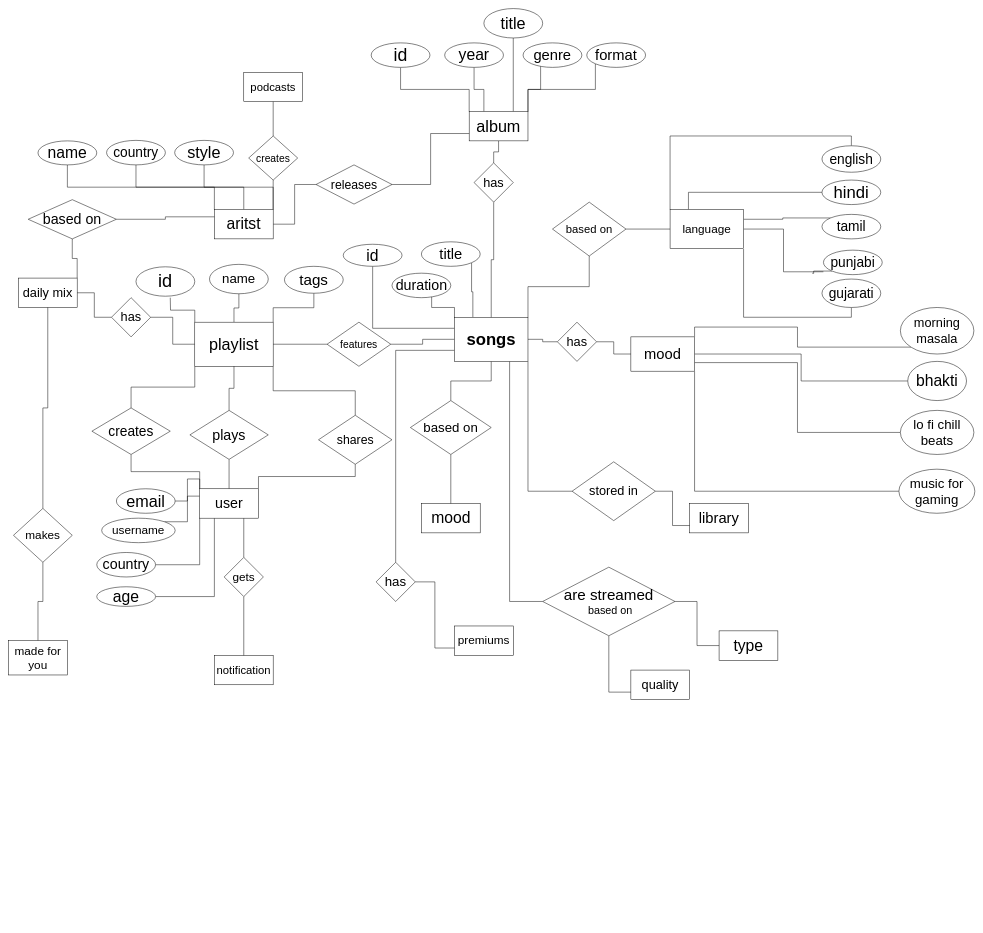
Above: er diagram.drawio in harshbajani/se (draw.io), before the change. Source tidied: cells renumbered, new cells numbered last; positions are measured from the earlier drawing's top-left corner, leaving out a move shared by most shapes. Both pictures are drawn from the tidied source at 49%, with x=0, y=0 at pixel (8, 8).
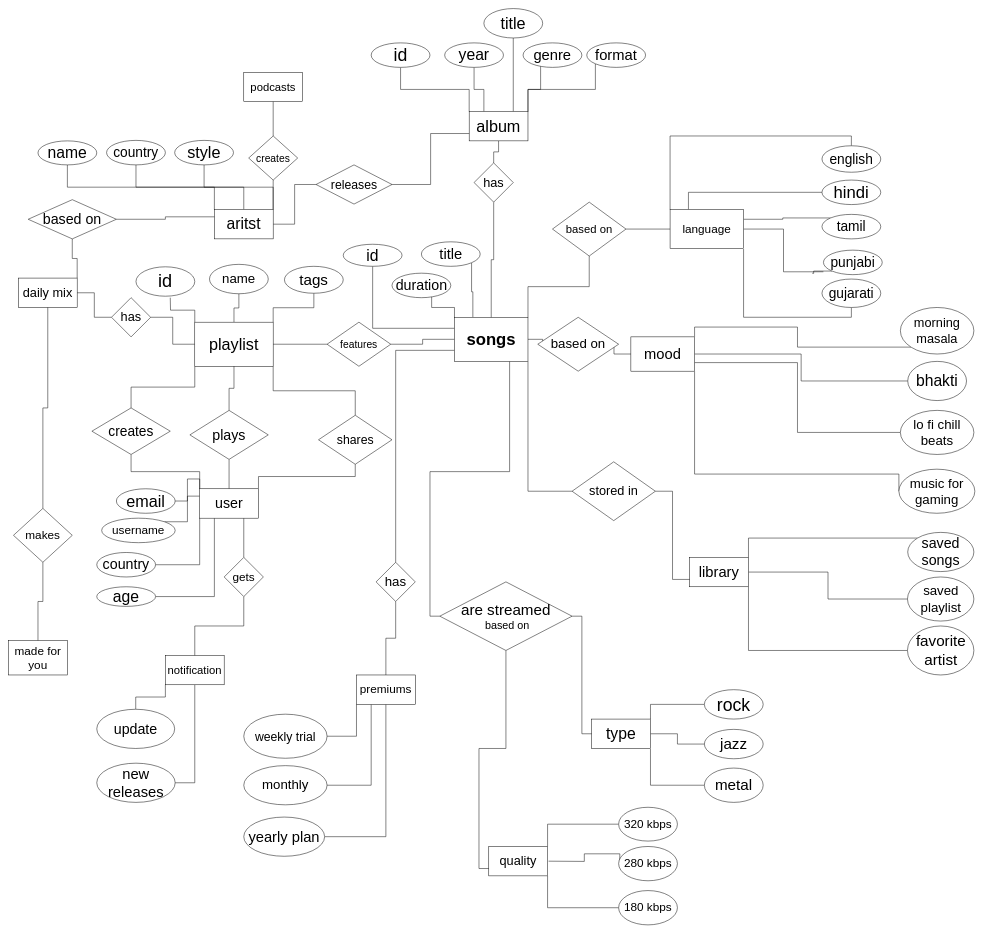
The same diagram, later.

The change refers to these unchanged cells:
```xml
<mxCell id="36" value="&lt;b&gt;&lt;font style=&quot;font-size: 34px&quot;&gt;songs&lt;/font&gt;&lt;/b&gt;" style="rounded=0;whiteSpace=wrap;html=1;" parent="1" vertex="1">
  <mxGeometry x="910" y="630" width="150" height="90" as="geometry" />
</mxCell>
<mxCell id="41" value="&lt;font style=&quot;font-size: 30px&quot;&gt;mood&lt;/font&gt;" style="rounded=0;whiteSpace=wrap;html=1;" parent="1" vertex="1">
  <mxGeometry x="1270" y="670" width="130" height="70" as="geometry" />
</mxCell>
<mxCell id="89" value="&lt;font style=&quot;font-size: 27px&quot;&gt;has&lt;/font&gt;" style="rhombus;whiteSpace=wrap;html=1;" parent="1" vertex="1">
  <mxGeometry x="750" y="1130" width="80" height="80" as="geometry" />
</mxCell>
<mxCell id="124" value="&lt;font style=&quot;font-size: 27px&quot;&gt;music for gaming&lt;br&gt;&lt;/font&gt;" style="ellipse;whiteSpace=wrap;html=1;" parent="1" vertex="1">
  <mxGeometry x="1817" y="940" width="155" height="90" as="geometry" />
</mxCell>
```

What changed in the source:
```diff
@@
+    <mxCell id="125" style="edgeStyle=orthogonalEdgeStyle;rounded=0;jettySize=auto;html=1;exitX=1;exitY=0;exitDx=0;exitDy=0;entryX=0;entryY=0.5;entryDx=0;entryDy=0;endArrow=none;endFill=0;" parent="1" edge="1" source="20" target="146">
+      <mxGeometry relative="1" as="geometry" />
+    </mxCell>
+    <mxCell id="126" style="edgeStyle=orthogonalEdgeStyle;rounded=0;orthogonalLoop=1;jettySize=auto;html=1;exitX=1;exitY=0.5;exitDx=0;exitDy=0;entryX=0;entryY=0.5;entryDx=0;entryDy=0;endArrow=none;endFill=0;" parent="1" edge="1">
+      <mxGeometry relative="1" as="geometry">
+        <mxPoint x="1102" y="1740" as="sourcePoint" />
+        <mxPoint x="1247" y="1745" as="targetPoint" />
+      </mxGeometry>
+    </mxCell>
+    <mxCell id="127" style="edgeStyle=orthogonalEdgeStyle;rounded=0;jettySize=auto;html=1;exitX=1;exitY=1;exitDx=0;exitDy=0;entryX=0;entryY=0.5;entryDx=0;entryDy=0;endArrow=none;endFill=0;" parent="1" edge="1" source="20" target="147">
+      <mxGeometry relative="1" as="geometry" />
+    </mxCell>
     <mxCell id="20" value="&lt;font style=&quot;font-size: 26px&quot;&gt;quality&lt;/font&gt;" style="rounded=0;whiteSpace=wrap;html=1;" parent="1" vertex="1">
-      <mxGeometry x="1270" y="1350" width="120" height="60" as="geometry" />
+      <mxGeometry x="980" y="1710" width="120" height="60" as="geometry" />
     </mxCell>
+    <mxCell id="128" style="edgeStyle=orthogonalEdgeStyle;rounded=0;jettySize=auto;html=1;exitX=0;exitY=1;exitDx=0;exitDy=0;entryX=1;entryY=0.5;entryDx=0;entryDy=0;endArrow=none;endFill=0;" parent="1" edge="1" source="21" target="148">
+      <mxGeometry relative="1" as="geometry" />
+    </mxCell>
+    <mxCell id="129" style="edgeStyle=orthogonalEdgeStyle;rounded=0;jettySize=auto;html=1;exitX=0.25;exitY=1;exitDx=0;exitDy=0;entryX=1;entryY=0.5;entryDx=0;entryDy=0;endArrow=none;endFill=0;" parent="1" edge="1" source="21" target="150">
+      <mxGeometry relative="1" as="geometry" />
+    </mxCell>
+    <mxCell id="130" style="edgeStyle=orthogonalEdgeStyle;rounded=0;jettySize=auto;html=1;exitX=0.5;exitY=1;exitDx=0;exitDy=0;entryX=1;entryY=0.5;entryDx=0;entryDy=0;endArrow=none;endFill=0;" parent="1" edge="1" source="21" target="149">
+      <mxGeometry relative="1" as="geometry" />
+    </mxCell>
     <mxCell id="21" value="&lt;font style=&quot;font-size: 24px&quot;&gt;premiums&lt;/font&gt;" style="rounded=0;whiteSpace=wrap;html=1;" parent="1" vertex="1">
-      <mxGeometry x="910" y="1260" width="120" height="60" as="geometry" />
+      <mxGeometry x="710" y="1360" width="120" height="60" as="geometry" />
     </mxCell>
@@
+    <mxCell id="131" style="edgeStyle=orthogonalEdgeStyle;rounded=0;jettySize=auto;html=1;exitX=1;exitY=0;exitDx=0;exitDy=0;entryX=0;entryY=0;entryDx=0;entryDy=0;endArrow=none;endFill=0;" parent="1" edge="1" source="24" target="139">
+      <mxGeometry relative="1" as="geometry" />
+    </mxCell>
+    <mxCell id="132" style="edgeStyle=orthogonalEdgeStyle;rounded=0;jettySize=auto;html=1;exitX=1;exitY=0.5;exitDx=0;exitDy=0;endArrow=none;endFill=0;" parent="1" edge="1" source="24" target="140">
+      <mxGeometry relative="1" as="geometry" />
+    </mxCell>
+    <mxCell id="133" style="edgeStyle=orthogonalEdgeStyle;rounded=0;jettySize=auto;html=1;exitX=1;exitY=1;exitDx=0;exitDy=0;entryX=0;entryY=0.5;entryDx=0;entryDy=0;endArrow=none;endFill=0;" parent="1" edge="1" source="24" target="141">
+      <mxGeometry relative="1" as="geometry" />
+    </mxCell>
     <mxCell id="24" value="&lt;font style=&quot;font-size: 30px&quot;&gt;library&lt;/font&gt;" style="rounded=0;whiteSpace=wrap;html=1;" parent="1" vertex="1">
-      <mxGeometry x="1390" y="1010" width="120" height="60" as="geometry" />
+      <mxGeometry x="1390" y="1120" width="120" height="60" as="geometry" />
     </mxCell>
-    <mxCell id="25" value="&lt;font style=&quot;font-size: 32px&quot;&gt;mood&lt;/font&gt;" style="rounded=0;whiteSpace=wrap;html=1;" parent="1" vertex="1">
-      <mxGeometry x="842.5" y="1010" width="120" height="60" as="geometry" />
-    </mxCell>
-    <mxCell id="26" style="edgeStyle=orthogonalEdgeStyle;rounded=0;jettySize=auto;html=1;exitX=1;exitY=0.5;exitDx=0;exitDy=0;entryX=0;entryY=0.5;entryDx=0;entryDy=0;startArrow=none;startFill=0;endArrow=none;endFill=0;" parent="1" edge="1" source="36" target="63">
-      <mxGeometry relative="1" as="geometry" />
+    <mxCell id="26" style="edgeStyle=orthogonalEdgeStyle;rounded=0;jettySize=auto;html=1;exitX=1;exitY=0.5;exitDx=0;exitDy=0;entryX=0;entryY=0.5;entryDx=0;entryDy=0;startArrow=none;startFill=0;endArrow=none;endFill=0;" parent="1" edge="1" source="36">
+      <mxGeometry relative="1" as="geometry">
+        <mxPoint x="1120" y="680" as="targetPoint" />
+      </mxGeometry>
     </mxCell>
@@
-    <mxCell id="28" style="edgeStyle=orthogonalEdgeStyle;rounded=0;jettySize=auto;html=1;exitX=0.5;exitY=1;exitDx=0;exitDy=0;entryX=0.5;entryY=0;entryDx=0;entryDy=0;startArrow=none;startFill=0;endArrow=none;endFill=0;" parent="1" edge="1" source="36" target="71">
-      <mxGeometry relative="1" as="geometry" />
-    </mxCell>
@@
     <mxCell id="40" style="edgeStyle=orthogonalEdgeStyle;rounded=0;jettySize=auto;html=1;exitX=1;exitY=1;exitDx=0;exitDy=0;entryX=0;entryY=0.5;entryDx=0;entryDy=0;endArrow=none;endFill=0;" parent="1" edge="1" source="41" target="124">
-      <mxGeometry relative="1" as="geometry" />
+      <mxGeometry relative="1" as="geometry">
+        <Array as="points">
+          <mxPoint x="1400" y="950" />
+          <mxPoint x="1817" y="950" />
+        </Array>
+      </mxGeometry>
     </mxCell>
@@
+    <mxCell id="134" style="edgeStyle=orthogonalEdgeStyle;rounded=0;jettySize=auto;html=1;exitX=0;exitY=1;exitDx=0;exitDy=0;entryX=0.5;entryY=0;entryDx=0;entryDy=0;endArrow=none;endFill=0;" parent="1" edge="1" source="53" target="151">
+      <mxGeometry relative="1" as="geometry" />
+    </mxCell>
+    <mxCell id="135" style="edgeStyle=orthogonalEdgeStyle;rounded=0;jettySize=auto;html=1;exitX=0.5;exitY=1;exitDx=0;exitDy=0;entryX=1;entryY=0.5;entryDx=0;entryDy=0;endArrow=none;endFill=0;" parent="1" edge="1" source="53" target="152">
+      <mxGeometry relative="1" as="geometry" />
+    </mxCell>
     <mxCell id="53" value="&lt;font style=&quot;font-size: 23px&quot;&gt;notification&lt;/font&gt;" style="rounded=0;whiteSpace=wrap;html=1;" parent="1" vertex="1">
-      <mxGeometry x="420" y="1320" width="120" height="60" as="geometry" />
+      <mxGeometry x="320" y="1320" width="120" height="60" as="geometry" />
     </mxCell>
@@
+    <mxCell id="136" style="edgeStyle=orthogonalEdgeStyle;rounded=0;jettySize=auto;html=1;exitX=1;exitY=0;exitDx=0;exitDy=0;entryX=0;entryY=0.5;entryDx=0;entryDy=0;endArrow=none;endFill=0;" parent="1" edge="1" source="60" target="142">
+      <mxGeometry relative="1" as="geometry" />
+    </mxCell>
+    <mxCell id="137" style="edgeStyle=orthogonalEdgeStyle;rounded=0;jettySize=auto;html=1;exitX=1;exitY=0.5;exitDx=0;exitDy=0;entryX=0;entryY=0.5;entryDx=0;entryDy=0;endArrow=none;endFill=0;" parent="1" edge="1" source="60" target="143">
+      <mxGeometry relative="1" as="geometry" />
+    </mxCell>
+    <mxCell id="138" style="edgeStyle=orthogonalEdgeStyle;rounded=0;jettySize=auto;html=1;exitX=1;exitY=1;exitDx=0;exitDy=0;entryX=0;entryY=0.5;entryDx=0;entryDy=0;endArrow=none;endFill=0;" parent="1" edge="1" source="60" target="144">
+      <mxGeometry relative="1" as="geometry" />
+    </mxCell>
     <mxCell id="60" value="&lt;font style=&quot;font-size: 32px&quot;&gt;type&lt;/font&gt;" style="rounded=0;whiteSpace=wrap;html=1;" parent="1" vertex="1">
-      <mxGeometry x="1450" y="1270" width="120" height="60" as="geometry" />
+      <mxGeometry x="1190" y="1450" width="120" height="60" as="geometry" />
     </mxCell>
@@
-    <mxCell id="62" style="edgeStyle=orthogonalEdgeStyle;rounded=0;jettySize=auto;html=1;exitX=1;exitY=0.5;exitDx=0;exitDy=0;startArrow=none;startFill=0;endArrow=none;endFill=0;" parent="1" edge="1" source="63" target="41">
-      <mxGeometry relative="1" as="geometry" />
+    <mxCell id="62" style="edgeStyle=orthogonalEdgeStyle;rounded=0;jettySize=auto;html=1;exitX=1;exitY=0.5;exitDx=0;exitDy=0;startArrow=none;startFill=0;endArrow=none;endFill=0;" parent="1" edge="1" target="41">
+      <mxGeometry relative="1" as="geometry">
+        <mxPoint x="1200" y="680" as="sourcePoint" />
+      </mxGeometry>
     </mxCell>
-    <mxCell id="63" value="&lt;font style=&quot;font-size: 26px&quot;&gt;has&lt;/font&gt;" style="rhombus;whiteSpace=wrap;html=1;" parent="1" vertex="1">
-      <mxGeometry x="1120" y="640" width="80" height="80" as="geometry" />
-    </mxCell>
@@
-    <mxCell id="70" style="edgeStyle=orthogonalEdgeStyle;rounded=0;jettySize=auto;html=1;exitX=0.5;exitY=1;exitDx=0;exitDy=0;startArrow=none;startFill=0;endArrow=none;endFill=0;" parent="1" edge="1" source="71" target="25">
-      <mxGeometry relative="1" as="geometry" />
-    </mxCell>
-    <mxCell id="71" value="&lt;font style=&quot;font-size: 27px&quot;&gt;based on&lt;br&gt;&lt;/font&gt;" style="rhombus;whiteSpace=wrap;html=1;" parent="1" vertex="1">
-      <mxGeometry x="820" y="800" width="165" height="110" as="geometry" />
-    </mxCell>
@@
-    <mxCell id="88" style="edgeStyle=orthogonalEdgeStyle;rounded=0;jettySize=auto;html=1;entryX=0;entryY=0.75;entryDx=0;entryDy=0;startArrow=none;startFill=0;endArrow=none;endFill=0;" parent="1" edge="1" source="89" target="21">
+    <mxCell id="88" style="edgeStyle=orthogonalEdgeStyle;rounded=0;jettySize=auto;html=1;exitX=0.5;exitY=1;exitDx=0;exitDy=0;entryX=0.5;entryY=0;entryDx=0;entryDy=0;endArrow=none;endFill=0;" parent="1" edge="1" source="89" target="21">
       <mxGeometry relative="1" as="geometry" />
     </mxCell>
@@
     <mxCell id="92" value="&lt;font style=&quot;font-size: 31px&quot;&gt;are streamed&lt;br&gt;&lt;/font&gt;&lt;font style=&quot;font-size: 22px&quot;&gt;&amp;nbsp;based on&lt;/font&gt;" style="rhombus;whiteSpace=wrap;html=1;" parent="1" vertex="1">
-      <mxGeometry x="1090" y="1140" width="270" height="140" as="geometry" />
+      <mxGeometry x="880" y="1170" width="270" height="140" as="geometry" />
     </mxCell>
@@
+    <mxCell id="71" value="&lt;font style=&quot;font-size: 27px&quot;&gt;based on&lt;br&gt;&lt;/font&gt;" style="rhombus;whiteSpace=wrap;html=1;" parent="1" vertex="1">
+      <mxGeometry x="1080" y="630" width="165" height="110" as="geometry" />
+    </mxCell>
+    <mxCell id="139" value="&lt;font style=&quot;font-size: 29px&quot;&gt;saved songs&lt;br&gt;&lt;/font&gt;" style="ellipse;whiteSpace=wrap;html=1;" parent="1" vertex="1">
+      <mxGeometry x="1835" y="1069" width="135" height="80" as="geometry" />
+    </mxCell>
+    <mxCell id="140" value="&lt;font style=&quot;font-size: 27px&quot;&gt;saved playlist&lt;br&gt;&lt;/font&gt;" style="ellipse;whiteSpace=wrap;html=1;" parent="1" vertex="1">
+      <mxGeometry x="1834.5" y="1160" width="135.5" height="90" as="geometry" />
+    </mxCell>
+    <mxCell id="141" value="&lt;font style=&quot;font-size: 31px&quot;&gt;favorite artist&lt;br&gt;&lt;/font&gt;" style="ellipse;whiteSpace=wrap;html=1;" parent="1" vertex="1">
+      <mxGeometry x="1834.5" y="1260" width="135.5" height="100" as="geometry" />
+    </mxCell>
+    <mxCell id="142" value="&lt;font style=&quot;font-size: 36px&quot;&gt;rock&lt;/font&gt;" style="ellipse;whiteSpace=wrap;html=1;" parent="1" vertex="1">
+      <mxGeometry x="1420" y="1390" width="120" height="60" as="geometry" />
+    </mxCell>
+    <mxCell id="143" value="&lt;font style=&quot;font-size: 31px&quot;&gt;jazz&lt;/font&gt;" style="ellipse;whiteSpace=wrap;html=1;" parent="1" vertex="1">
+      <mxGeometry x="1420" y="1471" width="120" height="60" as="geometry" />
+    </mxCell>
+    <mxCell id="144" value="&lt;font style=&quot;font-size: 31px&quot;&gt;metal&lt;/font&gt;" style="ellipse;whiteSpace=wrap;html=1;" parent="1" vertex="1">
+      <mxGeometry x="1420" y="1550" width="120" height="70" as="geometry" />
+    </mxCell>
+    <mxCell id="145" value="&lt;font style=&quot;font-size: 24px&quot;&gt;280 kbps&lt;br&gt;&lt;/font&gt;" style="ellipse;whiteSpace=wrap;html=1;" parent="1" vertex="1">
+      <mxGeometry x="1245" y="1710" width="120" height="70" as="geometry" />
+    </mxCell>
+    <mxCell id="146" value="&lt;font style=&quot;font-size: 24px&quot;&gt;320 kbps&lt;br&gt;&lt;/font&gt;" style="ellipse;whiteSpace=wrap;html=1;" parent="1" vertex="1">
+      <mxGeometry x="1245" y="1630" width="120" height="69" as="geometry" />
+    </mxCell>
+    <mxCell id="147" value="&lt;font style=&quot;font-size: 24px&quot;&gt;180 kbps&lt;br&gt;&lt;/font&gt;" style="ellipse;whiteSpace=wrap;html=1;" parent="1" vertex="1">
+      <mxGeometry x="1245" y="1800" width="120" height="70" as="geometry" />
+    </mxCell>
+    <mxCell id="148" value="&lt;font style=&quot;font-size: 25px&quot;&gt;weekly trial&lt;br&gt;&lt;/font&gt;" style="ellipse;whiteSpace=wrap;html=1;" parent="1" vertex="1">
+      <mxGeometry x="480" y="1440" width="170" height="90" as="geometry" />
+    </mxCell>
+    <mxCell id="149" value="&lt;font style=&quot;font-size: 30px&quot;&gt;yearly plan&lt;br&gt;&lt;/font&gt;" style="ellipse;whiteSpace=wrap;html=1;" parent="1" vertex="1">
+      <mxGeometry x="480" y="1650" width="165" height="80" as="geometry" />
+    </mxCell>
+    <mxCell id="150" value="&lt;font style=&quot;font-size: 27px&quot;&gt;monthly &lt;br&gt;&lt;/font&gt;" style="ellipse;whiteSpace=wrap;html=1;" parent="1" vertex="1">
+      <mxGeometry x="480" y="1545" width="170" height="80" as="geometry" />
+    </mxCell>
+    <mxCell id="151" value="&lt;font style=&quot;font-size: 29px&quot;&gt;update&lt;/font&gt;" style="ellipse;whiteSpace=wrap;html=1;" parent="1" vertex="1">
+      <mxGeometry x="180" y="1430" width="159" height="80" as="geometry" />
+    </mxCell>
+    <mxCell id="152" value="&lt;font style=&quot;font-size: 30px&quot;&gt;new releases&lt;br&gt;&lt;/font&gt;" style="ellipse;whiteSpace=wrap;html=1;" parent="1" vertex="1">
+      <mxGeometry x="180" y="1540" width="160" height="80" as="geometry" />
+    </mxCell>
```
